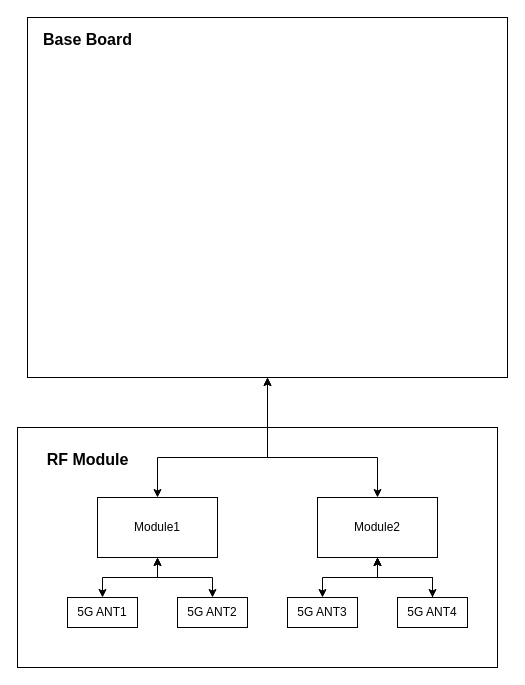
zeandon/draw.io keeps this draw.io diagram as ICCC_block.drawio. Above is the earlier version. Source tidied: cells renumbered, new cells numbered last; positions are measured from the earlier drawing's top-left corner, leaving out a move shared by most shapes. Both pictures are drawn from the tidied source at 100%, with x=0, y=0 at pixel (17, 17).
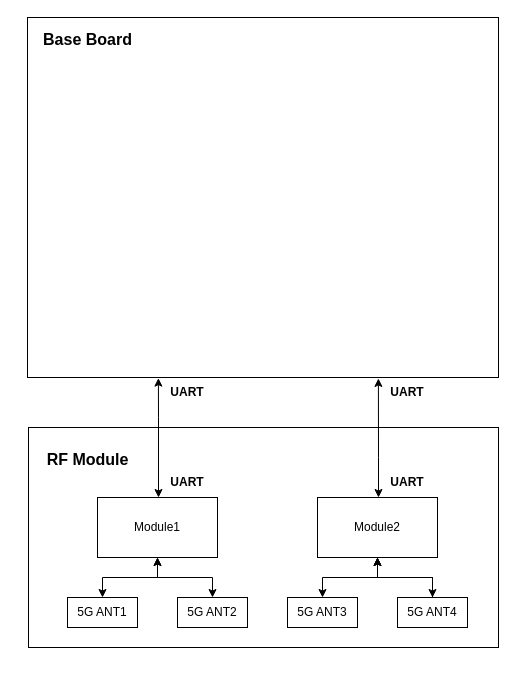
Above is the later version.

Unchanged cells that the change refers to:
```xml
<mxCell id="6" value="Module1" style="rounded=0;whiteSpace=wrap;html=1;" parent="1" vertex="1">
  <mxGeometry x="80" y="480" width="120" height="60" as="geometry" />
</mxCell>
<mxCell id="7" value="Module2" style="rounded=0;whiteSpace=wrap;html=1;" parent="1" vertex="1">
  <mxGeometry x="300" y="480" width="120" height="60" as="geometry" />
</mxCell>
```

Diff of the diagram source:
```diff
@@
     <mxCell id="2" style="rounded=0;whiteSpace=wrap;html=1;" parent="1" vertex="1">
-      <mxGeometry y="410" width="480" height="240" as="geometry" />
+      <mxGeometry x="11" y="410" width="470" height="220" as="geometry" />
     </mxCell>
     <mxCell id="3" style="rounded=0;whiteSpace=wrap;html=1;" parent="1" vertex="1">
-      <mxGeometry x="10" width="480" height="360" as="geometry" />
+      <mxGeometry x="10" width="471" height="360" as="geometry" />
     </mxCell>
@@
-    <mxCell id="13" style="endArrow=classic;startArrow=classic;html=1;rounded=0;exitX=0.5;exitY=0;exitDx=0;exitDy=0;entryX=0.5;entryY=1;entryDx=0;entryDy=0;" parent="1" edge="1" source="6" target="3">
-      <mxGeometry relative="1" as="geometry">
-        <Array as="points">
-          <mxPoint x="140" y="440" />
-          <mxPoint x="250" y="440" />
-          <mxPoint x="250" y="410" />
-        </Array>
-      </mxGeometry>
-    </mxCell>
-    <mxCell id="14" style="endArrow=classic;startArrow=classic;html=1;rounded=0;exitX=0.5;exitY=0;exitDx=0;exitDy=0;" parent="1" edge="1" source="7" target="3">
-      <mxGeometry relative="1" as="geometry">
-        <Array as="points">
-          <mxPoint x="360" y="440" />
-          <mxPoint x="250" y="440" />
-          <mxPoint x="250" y="410" />
-        </Array>
-      </mxGeometry>
-    </mxCell>
@@
+    <mxCell id="19" style="endArrow=classic;startArrow=classic;html=1;rounded=0;entryX=0.015;entryY=0.032;entryDx=0;entryDy=0;entryPerimeter=0;" parent="1" edge="1" target="23">
+      <mxGeometry relative="1" as="geometry">
+        <mxPoint x="361" y="480" as="sourcePoint" />
+        <Array as="points">
+          <mxPoint x="361" y="440" />
+        </Array>
+      </mxGeometry>
+    </mxCell>
+    <mxCell id="20" style="endArrow=classic;startArrow=classic;html=1;rounded=0;entryX=0.015;entryY=0.021;entryDx=0;entryDy=0;entryPerimeter=0;" parent="1" edge="1" target="21">
+      <mxGeometry relative="1" as="geometry">
+        <mxPoint x="141" y="480" as="sourcePoint" />
+        <Array as="points">
+          <mxPoint x="141" y="400" />
+        </Array>
+      </mxGeometry>
+    </mxCell>
+    <mxCell id="21" value="UART" style="text;html=1;whiteSpace=wrap;strokeColor=none;fillColor=none;align=center;verticalAlign=middle;rounded=0;fontStyle=1;" parent="1" vertex="1">
+      <mxGeometry x="140" y="360" width="60" height="30" as="geometry" />
+    </mxCell>
+    <mxCell id="22" value="UART" style="text;html=1;whiteSpace=wrap;strokeColor=none;fillColor=none;align=center;verticalAlign=middle;rounded=0;fontStyle=1;" parent="1" vertex="1">
+      <mxGeometry x="140" y="450" width="60" height="30" as="geometry" />
+    </mxCell>
+    <mxCell id="23" value="UART" style="text;html=1;whiteSpace=wrap;strokeColor=none;fillColor=none;align=center;verticalAlign=middle;rounded=0;fontStyle=1;" parent="1" vertex="1">
+      <mxGeometry x="360" y="360" width="60" height="30" as="geometry" />
+    </mxCell>
+    <mxCell id="24" value="UART" style="text;html=1;whiteSpace=wrap;strokeColor=none;fillColor=none;align=center;verticalAlign=middle;rounded=0;fontStyle=1;" parent="1" vertex="1">
+      <mxGeometry x="360" y="450" width="60" height="30" as="geometry" />
+    </mxCell>
```
